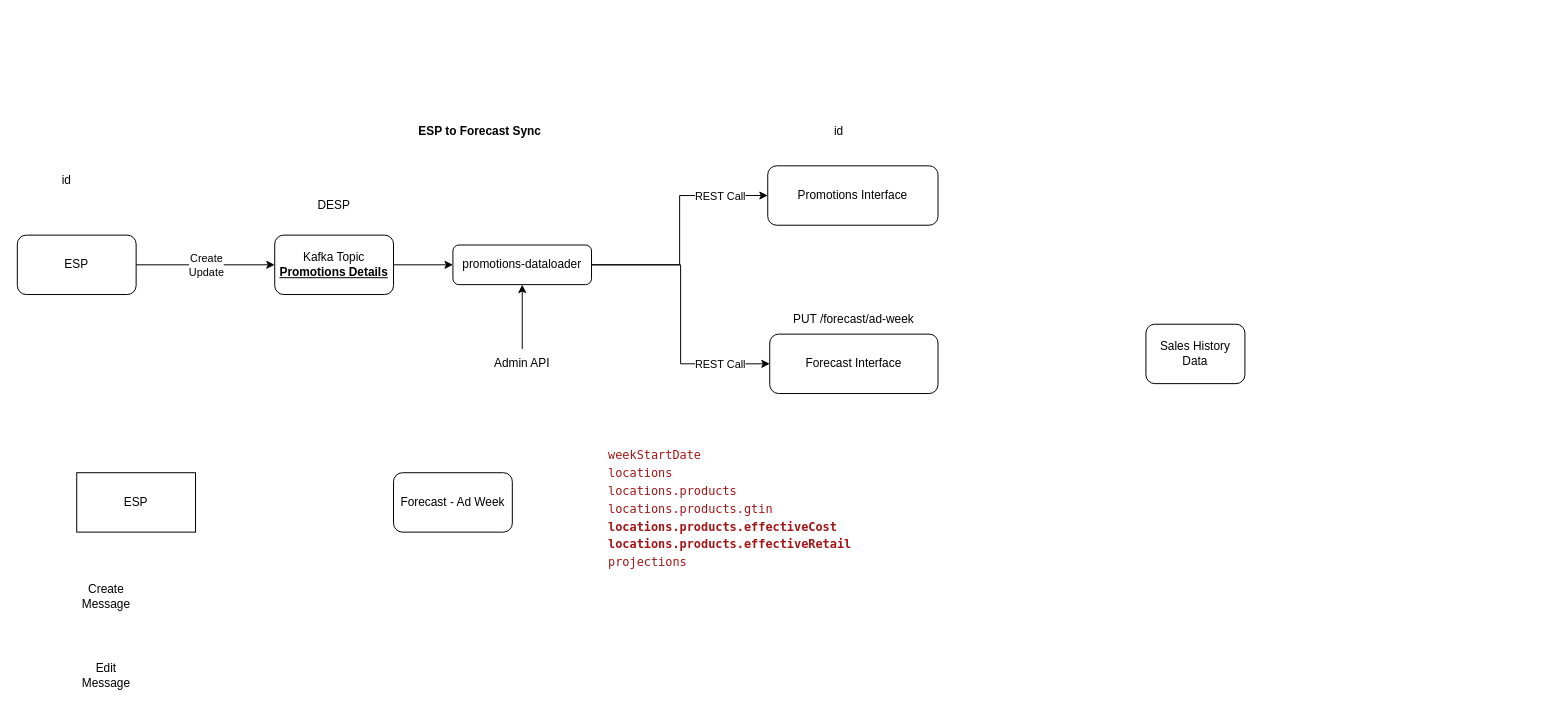
aayush-tuladhar-kr/drawio keeps this draw.io diagram as page "Page-2" (2 of 2) of Kroger.drawio. Above is the earlier version. Source tidied: cells renumbered, new cells numbered last; positions are measured from the earlier drawing's top-left corner, leaving out a move shared by most shapes. Both pictures are drawn from the tidied source at 99%, with x=0, y=0 at pixel (17, 116).
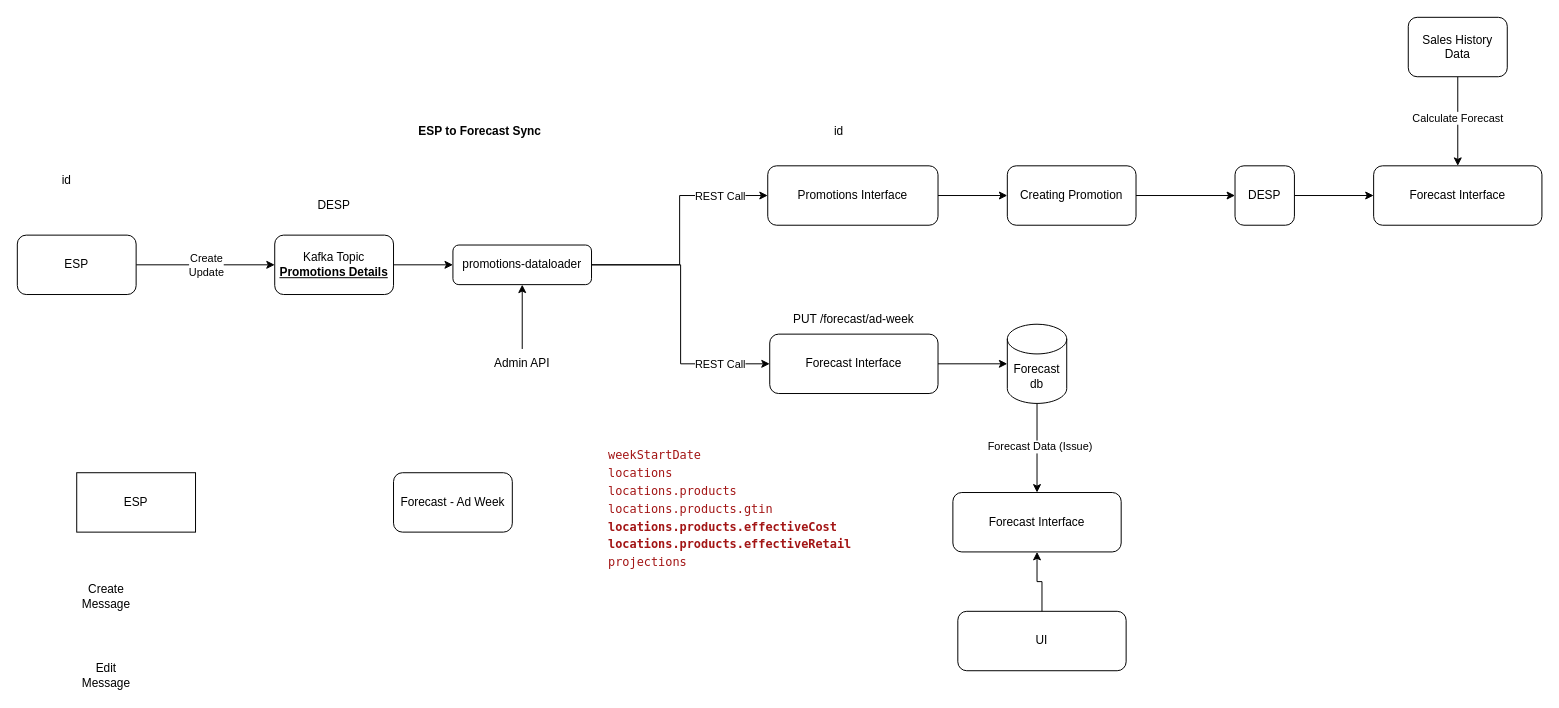
Above is the later version.

Unchanged cells that the change refers to:
```xml
<mxCell id="7" value="Promotions Interface" style="rounded=1;whiteSpace=wrap;html=1;" parent="1" vertex="1">
  <mxGeometry x="758" y="50" width="172" height="60" as="geometry" />
</mxCell>
<mxCell id="8" value="Forecast Interface" style="rounded=1;whiteSpace=wrap;html=1;" parent="1" vertex="1">
  <mxGeometry x="760" y="220" width="170" height="60" as="geometry" />
</mxCell>
```

Change to the diagram source:
```diff
@@
+    <mxCell id="27" style="edgeStyle=orthogonalEdgeStyle;rounded=0;jettySize=auto;html=1;" parent="1" edge="1" source="7" target="35">
+      <mxGeometry relative="1" as="geometry" />
+    </mxCell>
@@
+    <mxCell id="28" style="edgeStyle=orthogonalEdgeStyle;rounded=0;jettySize=auto;html=1;" parent="1" edge="1" source="8" target="33">
+      <mxGeometry relative="1" as="geometry" />
+    </mxCell>
@@
+    <mxCell id="29" style="edgeStyle=orthogonalEdgeStyle;rounded=0;jettySize=auto;html=1;entryX=0.5;entryY=0;entryDx=0;entryDy=0;" parent="1" edge="1" source="26" target="38">
+      <mxGeometry relative="1" as="geometry" />
+    </mxCell>
+    <mxCell id="30" value="Calculate Forecast" style="edgeLabel;html=1;align=center;verticalAlign=middle;" parent="29" vertex="1">
+      <mxGeometry x="-0.08" y="-1" relative="1" as="geometry" />
+    </mxCell>
@@
+    <mxCell id="26" value="Sales History Data" style="rounded=1;whiteSpace=wrap;html=1;" parent="1" vertex="1">
+      <mxGeometry x="1405" y="-100" width="100" height="60" as="geometry" />
+    </mxCell>
@@
-    <mxCell id="26" value="Sales History Data" style="rounded=1;whiteSpace=wrap;html=1;" parent="1" vertex="1">
-      <mxGeometry x="1140" y="210" width="100" height="60" as="geometry" />
-    </mxCell>
+    <mxCell id="31" style="edgeStyle=orthogonalEdgeStyle;rounded=0;jettySize=auto;html=1;entryX=0.5;entryY=0;entryDx=0;entryDy=0;" parent="1" edge="1" source="33" target="39">
+      <mxGeometry relative="1" as="geometry" />
+    </mxCell>
+    <mxCell id="32" value="Forecast Data (Issue)" style="edgeLabel;html=1;align=center;verticalAlign=middle;" parent="31" vertex="1">
+      <mxGeometry x="-0.04" y="2" relative="1" as="geometry" />
+    </mxCell>
+    <mxCell id="33" value="Forecast&lt;br&gt;db" style="shape=cylinder3;whiteSpace=wrap;html=1;boundedLbl=1;backgroundOutline=1;size=15;" parent="1" vertex="1">
+      <mxGeometry x="1000" y="210" width="60" height="80" as="geometry" />
+    </mxCell>
+    <mxCell id="34" style="edgeStyle=orthogonalEdgeStyle;rounded=0;jettySize=auto;html=1;" parent="1" edge="1" source="35" target="37">
+      <mxGeometry relative="1" as="geometry" />
+    </mxCell>
+    <mxCell id="35" value="Creating Promotion" style="rounded=1;whiteSpace=wrap;html=1;" parent="1" vertex="1">
+      <mxGeometry x="1000" y="50" width="130" height="60" as="geometry" />
+    </mxCell>
+    <mxCell id="36" style="edgeStyle=orthogonalEdgeStyle;rounded=0;jettySize=auto;html=1;" parent="1" edge="1" source="37" target="38">
+      <mxGeometry relative="1" as="geometry" />
+    </mxCell>
+    <mxCell id="37" value="DESP" style="rounded=1;whiteSpace=wrap;html=1;" parent="1" vertex="1">
+      <mxGeometry x="1230" y="50" width="60" height="60" as="geometry" />
+    </mxCell>
+    <mxCell id="38" value="Forecast Interface" style="rounded=1;whiteSpace=wrap;html=1;" parent="1" vertex="1">
+      <mxGeometry x="1370" y="50" width="170" height="60" as="geometry" />
+    </mxCell>
+    <mxCell id="39" value="Forecast Interface" style="rounded=1;whiteSpace=wrap;html=1;" parent="1" vertex="1">
+      <mxGeometry x="945" y="380" width="170" height="60" as="geometry" />
+    </mxCell>
+    <mxCell id="40" value="UI" style="rounded=1;whiteSpace=wrap;html=1;" parent="1" vertex="1">
+      <mxGeometry x="950" y="500" width="170" height="60" as="geometry" />
+    </mxCell>
+    <mxCell id="41" style="edgeStyle=orthogonalEdgeStyle;rounded=0;jettySize=auto;html=1;entryX=0.5;entryY=1;entryDx=0;entryDy=0;" parent="1" edge="1" source="40" target="39">
+      <mxGeometry relative="1" as="geometry" />
+    </mxCell>
```
